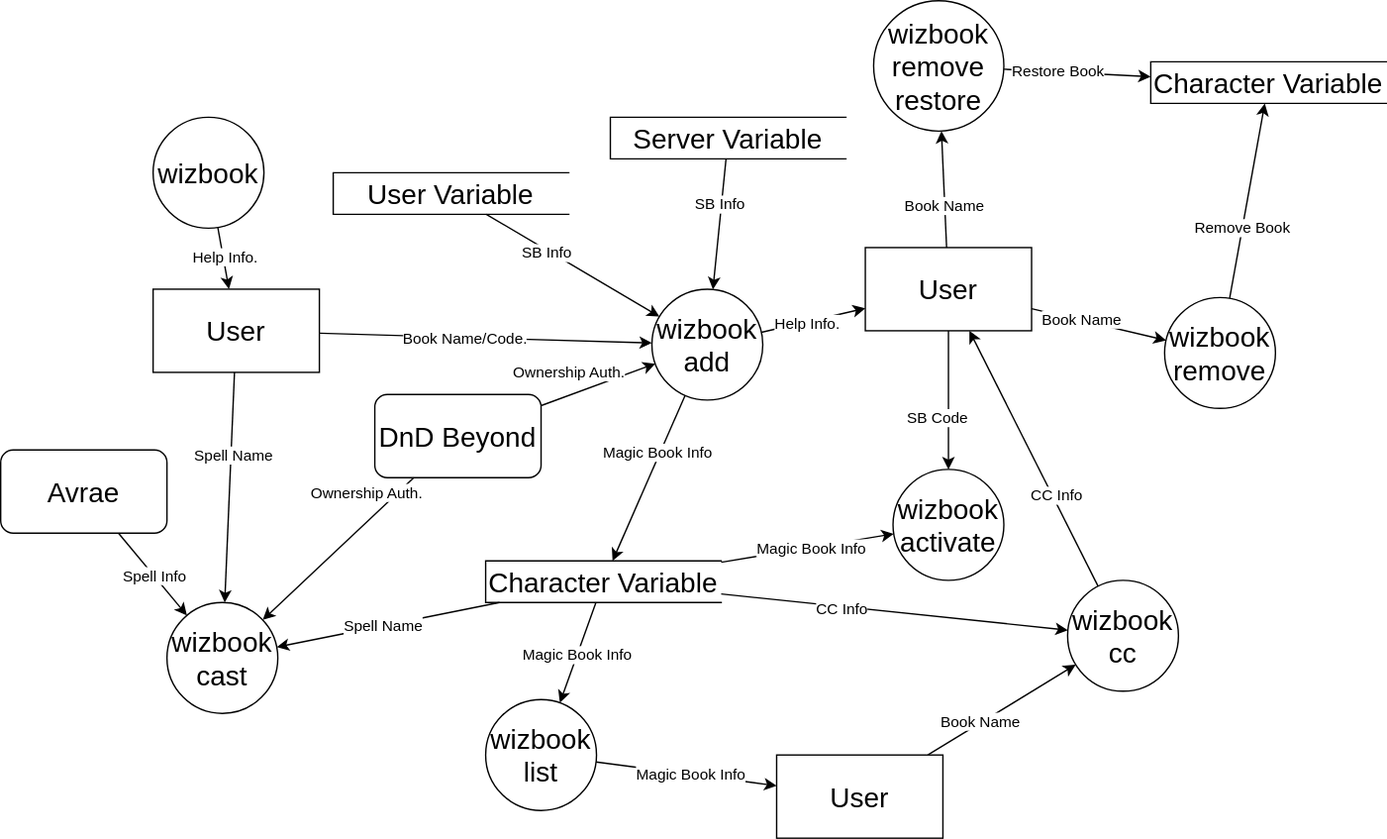
The draw.io diagram Design/wizbook_DFD.svg in SethHartman13/Magic-Book-Library, before a commit. Source tidied: cells renumbered, new cells last; positions are measured from the earlier drawing's top-left corner, leaving out a move shared by most shapes.
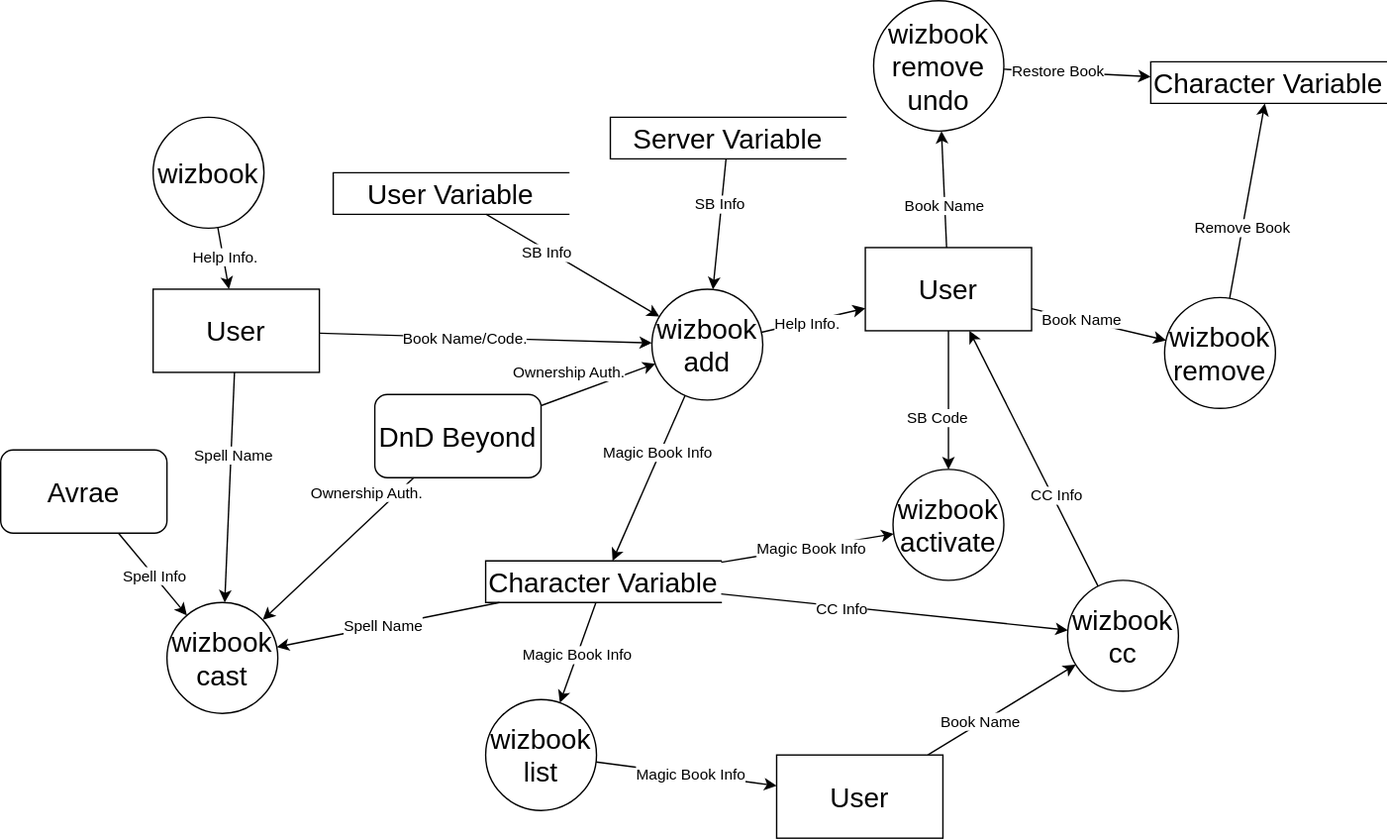
After the change.

Diff of the diagram source:
```diff
@@ -113,7 +113,7 @@
     <mxCell id="36" value="Remove Book" style="edgeLabel;html=1;align=center;verticalAlign=middle;" parent="35" vertex="1">
       <mxGeometry x="-0.28" y="1" relative="1" as="geometry" />
     </mxCell>
-    <mxCell id="37" value="&lt;font style=&quot;font-size: 20px;&quot;&gt;wizbook remove&lt;br&gt;restore&lt;br&gt;&lt;/font&gt;" style="ellipse;whiteSpace=wrap;html=1;" parent="1" vertex="1">
+    <mxCell id="37" value="&lt;font style=&quot;font-size: 20px;&quot;&gt;wizbook remove&lt;br&gt;undo&lt;br&gt;&lt;/font&gt;" style="ellipse;whiteSpace=wrap;html=1;" parent="1" vertex="1">
       <mxGeometry x="630" width="94" height="94" as="geometry" />
     </mxCell>
     <mxCell id="38" style="endArrow=classic;html=1;rounded=0;noEdgeStyle=1;" parent="1" edge="1" source="37" target="55">
```
